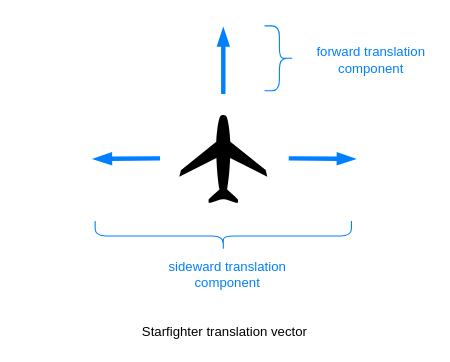
This is page "Starfighter translation vector" (1 of 5) of Resources/Starfighter acceleration.drawio.xml from nsiomos/3dCorridor, a draw.io file, before an edit. Source tidied: cells renumbered, new cells numbered last; positions are measured from the earlier drawing's top-left corner, leaving out a move shared by most shapes. Both pictures are drawn from the tidied source at 110%, with x=0, y=0 at pixel (19, 25).
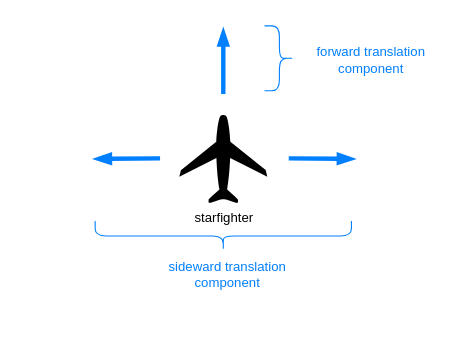
The same diagram, later.

Commit message (it also covers changes not shown here):
Added diagram images for starfighter acceleration concept.

What changed in the source:
```diff
@@
 <mxGraphModel>
   <root>
     <mxCell id="0" />
     <mxCell id="1" parent="0" />
     <mxCell id="2" style="endArrow=blockThin;html=1;strokeColor=#007FFF;strokeWidth=4;endFill=1;shadow=0;comic=0;" parent="1" edge="1">
       <mxGeometry relative="1" as="geometry">
         <mxPoint x="185.5" y="62" as="sourcePoint" />
         <mxPoint x="185.5" y="2.5" as="targetPoint" />
       </mxGeometry>
     </mxCell>
     <mxCell id="3" style="shape=curlyBracket;whiteSpace=wrap;html=1;rounded=1;rotation=180;fontColor=#007FFF;strokeColor=#007FFF;" parent="1" vertex="1">
       <mxGeometry x="223" width="27" height="59" as="geometry" />
     </mxCell>
     <mxCell id="4" value="forward translation component" style="text;html=1;strokeColor=none;fillColor=none;align=center;verticalAlign=middle;whiteSpace=wrap;rounded=0;fontColor=#007FFF;" parent="1" vertex="1">
       <mxGeometry x="265" y="12" width="110" height="37" as="geometry" />
     </mxCell>
-    <mxCell id="5" style="shape=mxgraph.signs.transportation.airplane_5;html=1;fillColor=#000000;strokeColor=none;verticalLabelPosition=bottom;verticalAlign=top;align=center;" parent="1" vertex="1">
+    <mxCell id="5" value="starfighter" style="shape=mxgraph.signs.transportation.airplane_5;html=1;fillColor=#000000;strokeColor=none;verticalLabelPosition=bottom;verticalAlign=top;align=center;" parent="1" vertex="1">
       <mxGeometry x="145.5" y="81" width="80" height="80" as="geometry" />
     </mxCell>
     <mxCell id="6" style="endArrow=blockThin;html=1;strokeColor=#007FFF;strokeWidth=4;endFill=1;" parent="1" edge="1">
       <mxGeometry relative="1" as="geometry">
         <mxPoint x="245" y="120.5" as="sourcePoint" />
         <mxPoint x="305" y="121" as="targetPoint" />
       </mxGeometry>
     </mxCell>
     <mxCell id="7" style="endArrow=blockThin;html=1;strokeColor=#007FFF;strokeWidth=4;endFill=1;" parent="1" edge="1">
       <mxGeometry relative="1" as="geometry">
         <mxPoint x="128" y="120.5" as="sourcePoint" />
         <mxPoint x="68" y="121" as="targetPoint" />
       </mxGeometry>
     </mxCell>
     <mxCell id="8" style="shape=curlyBracket;whiteSpace=wrap;html=1;rounded=1;rotation=-90;fontColor=#007FFF;strokeColor=#007FFF;" parent="1" vertex="1">
       <mxGeometry x="172" y="74.5" width="27" height="233" as="geometry" />
     </mxCell>
     <mxCell id="9" value="sideward translation component" style="text;html=1;strokeColor=none;fillColor=none;align=center;verticalAlign=middle;whiteSpace=wrap;rounded=0;fontColor=#007FFF;" parent="1" vertex="1">
       <mxGeometry x="124" y="205.5" width="131" height="40" as="geometry" />
     </mxCell>
-    <mxCell id="10" value="&lt;font color=&quot;#000000&quot;&gt;Starfighter translation vector&lt;/font&gt;" style="text;html=1;strokeColor=none;fillColor=none;align=center;verticalAlign=middle;whiteSpace=wrap;rounded=0;fontColor=#007FFF;" parent="1" vertex="1">
-      <mxGeometry y="268" width="374" height="20" as="geometry" />
-    </mxCell>
   </root>
 </mxGraphModel>
```
